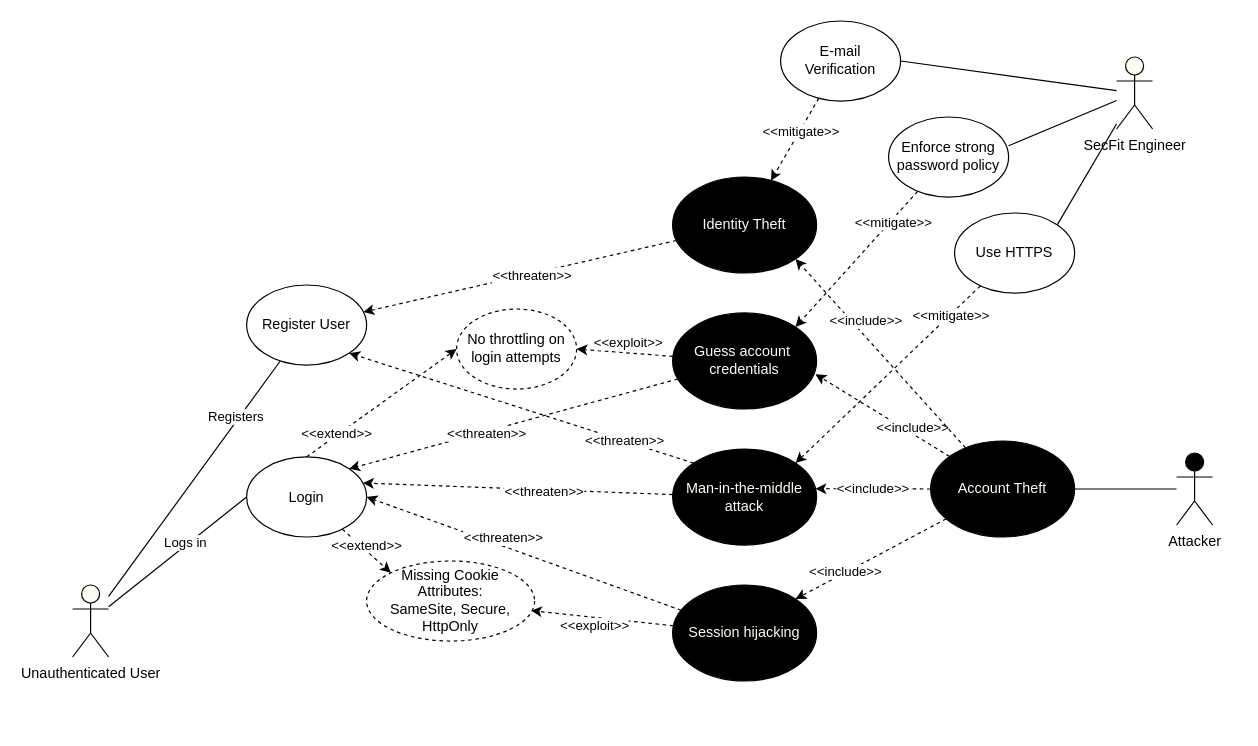
gullskatten/BPMN-models keeps this draw.io diagram as misusecase-2.drawio. Above is the earlier version. Source tidied: cells renumbered, new cells numbered last; positions are measured from the earlier drawing's top-left corner, leaving out a move shared by most shapes. Both pictures are drawn from the tidied source at 120%, with x=0, y=0 at pixel (72, 20).
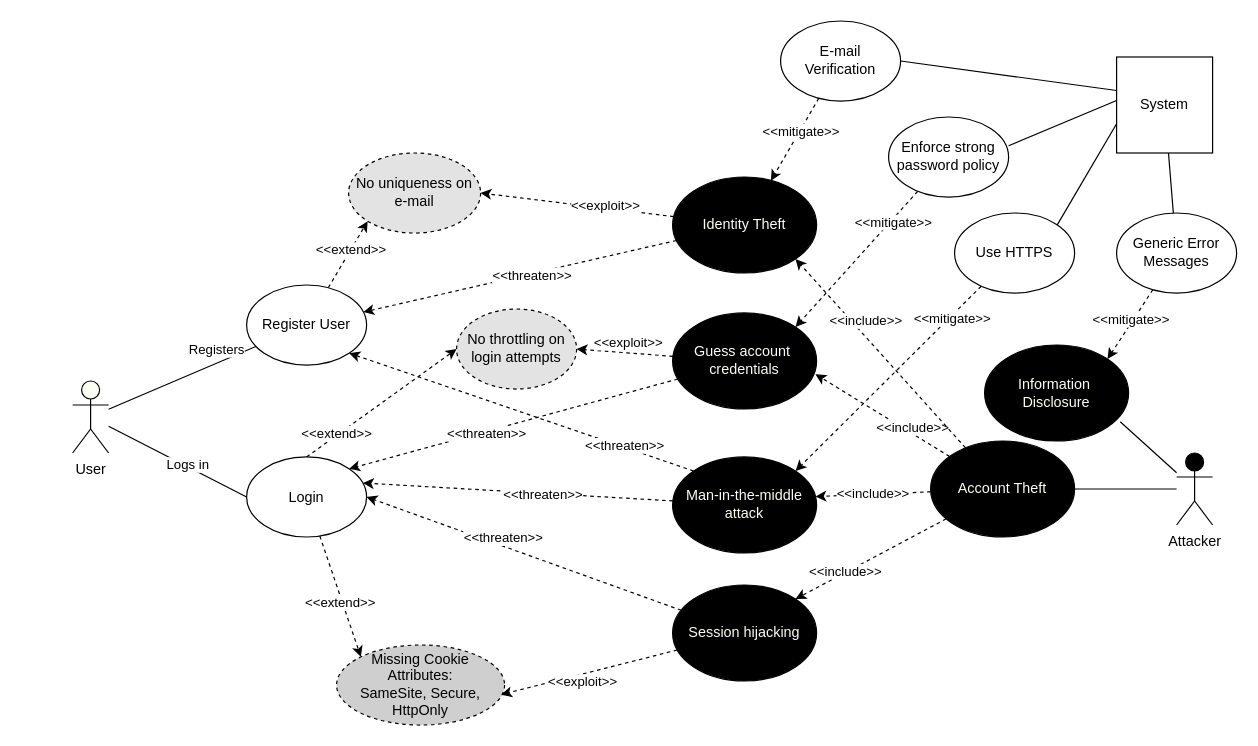
After the change.

Unchanged cells that the change refers to:
```xml
<mxCell id="3" value="Attacker" style="shape=umlActor;verticalLabelPosition=bottom;verticalAlign=top;html=1;outlineConnect=0;fillColor=#000000;" parent="1" vertex="1">
  <mxGeometry x="920" y="360" width="30" height="60" as="geometry" />
</mxCell>
<mxCell id="17" value="Register User" style="ellipse;whiteSpace=wrap;html=1;" parent="1" vertex="1">
  <mxGeometry x="145" y="220" width="100" height="66.7" as="geometry" />
</mxCell>
<mxCell id="20" value="Use HTTPS" style="ellipse;whiteSpace=wrap;html=1;" parent="1" vertex="1">
  <mxGeometry x="735" y="160" width="100" height="66.7" as="geometry" />
</mxCell>
<mxCell id="34" value="Enforce strong&lt;br&gt;password policy" style="ellipse;whiteSpace=wrap;html=1;" parent="1" vertex="1">
  <mxGeometry x="680" y="80" width="100" height="66.7" as="geometry" />
</mxCell>
<mxCell id="48" value="E-mail &lt;br&gt;Verification" style="ellipse;whiteSpace=wrap;html=1;" parent="1" vertex="1">
  <mxGeometry x="590" width="100" height="66.7" as="geometry" />
</mxCell>
<mxCell id="51" value="&lt;font color=&quot;#fbfff2&quot;&gt;Identity Theft&lt;br&gt;&lt;/font&gt;" style="ellipse;whiteSpace=wrap;html=1;fillColor=#000000;" parent="1" vertex="1">
  <mxGeometry x="500" y="130" width="120" height="80" as="geometry" />
</mxCell>
```

The edit, as a diff of the source:
```diff
@@
+    <mxCell id="54" style="edgeStyle=none;rounded=0;jettySize=auto;html=1;entryX=0.942;entryY=0.8;entryDx=0;entryDy=0;entryPerimeter=0;endArrow=none;endFill=0;" parent="1" edge="1" source="3" target="65">
+      <mxGeometry relative="1" as="geometry" />
+    </mxCell>
@@
-    <mxCell id="8" value="Unauthenticated User" style="shape=umlActor;verticalLabelPosition=bottom;verticalAlign=top;html=1;outlineConnect=0;fillColor=#FBFFF2;" parent="1" vertex="1">
-      <mxGeometry y="470" width="30" height="60" as="geometry" />
+    <mxCell id="8" value="User" style="shape=umlActor;verticalLabelPosition=bottom;verticalAlign=top;html=1;outlineConnect=0;fillColor=#FBFFF2;" parent="1" vertex="1">
+      <mxGeometry y="300" width="30" height="60" as="geometry" />
     </mxCell>
@@
     <mxCell id="16" value="&lt;font color=&quot;#fbfff2&quot;&gt;Man-in-the-middle&lt;br&gt;attack&lt;br&gt;&lt;/font&gt;" style="ellipse;whiteSpace=wrap;html=1;fillColor=#000000;" parent="1" vertex="1">
-      <mxGeometry x="500" y="356.7" width="120" height="80" as="geometry" />
+      <mxGeometry x="500" y="363.3" width="120" height="80" as="geometry" />
     </mxCell>
+    <mxCell id="55" style="rounded=0;jettySize=auto;html=1;entryX=0;entryY=1;entryDx=0;entryDy=0;dashed=1;" parent="1" edge="1" source="17" target="61">
+      <mxGeometry relative="1" as="geometry" />
+    </mxCell>
+    <mxCell id="56" value="&amp;lt;&amp;lt;extend&amp;gt;&amp;gt;" style="edgeLabel;html=1;align=center;verticalAlign=middle;" parent="55" vertex="1">
+      <mxGeometry x="0.14" relative="1" as="geometry" />
+    </mxCell>
@@
-    <mxCell id="28" style="edgeStyle=none;rounded=0;jettySize=auto;html=1;entryX=1;entryY=0.36;entryDx=0;entryDy=0;entryPerimeter=0;endArrow=none;endFill=0;" parent="1" edge="1" source="31" target="34">
-      <mxGeometry relative="1" as="geometry" />
+    <mxCell id="28" style="edgeStyle=none;rounded=0;jettySize=auto;html=1;entryX=1;entryY=0.36;entryDx=0;entryDy=0;entryPerimeter=0;endArrow=none;endFill=0;" parent="1" edge="1" target="34">
+      <mxGeometry relative="1" as="geometry">
+        <mxPoint x="870" y="66.3" as="sourcePoint" />
+      </mxGeometry>
     </mxCell>
-    <mxCell id="29" style="edgeStyle=none;rounded=0;jettySize=auto;html=1;entryX=1;entryY=0.5;entryDx=0;entryDy=0;endArrow=none;endFill=0;" parent="1" edge="1" source="31" target="48">
-      <mxGeometry relative="1" as="geometry" />
+    <mxCell id="29" style="edgeStyle=none;rounded=0;jettySize=auto;html=1;entryX=1;entryY=0.5;entryDx=0;entryDy=0;endArrow=none;endFill=0;" parent="1" edge="1" target="48">
+      <mxGeometry relative="1" as="geometry">
+        <mxPoint x="870" y="57.9" as="sourcePoint" />
+      </mxGeometry>
     </mxCell>
-    <mxCell id="30" style="rounded=0;jettySize=auto;html=1;entryX=1;entryY=0;entryDx=0;entryDy=0;endArrow=none;endFill=0;" parent="1" edge="1" source="31" target="20">
-      <mxGeometry relative="1" as="geometry" />
+    <mxCell id="30" style="rounded=0;jettySize=auto;html=1;entryX=1;entryY=0;entryDx=0;entryDy=0;endArrow=none;endFill=0;" parent="1" edge="1" target="20">
+      <mxGeometry relative="1" as="geometry">
+        <mxPoint x="870" y="85.6" as="sourcePoint" />
+      </mxGeometry>
     </mxCell>
-    <mxCell id="31" value="SecFit Engineer" style="shape=umlActor;verticalLabelPosition=bottom;verticalAlign=top;html=1;outlineConnect=0;fillColor=#FBFFF2;" parent="1" vertex="1">
-      <mxGeometry x="870" y="30" width="30" height="60" as="geometry" />
-    </mxCell>
@@
-    <mxCell id="40" value="No throttling on&lt;br&gt;login attempts" style="ellipse;whiteSpace=wrap;html=1;dashed=1;" parent="1" vertex="1">
+    <mxCell id="40" value="No throttling on&lt;br&gt;login attempts" style="ellipse;whiteSpace=wrap;html=1;dashed=1;fillColor=#E3E3E3;" parent="1" vertex="1">
       <mxGeometry x="320" y="240" width="100" height="66.7" as="geometry" />
     </mxCell>
@@
-    <mxCell id="45" value="Missing Cookie Attributes:&lt;br&gt;SameSite, Secure, HttpOnly" style="ellipse;whiteSpace=wrap;html=1;dashed=1;" parent="1" vertex="1">
-      <mxGeometry x="245" y="450" width="140" height="66.7" as="geometry" />
+    <mxCell id="45" value="Missing Cookie Attributes:&lt;br&gt;SameSite, Secure, HttpOnly" style="ellipse;whiteSpace=wrap;html=1;dashed=1;fillColor=#CFCFCF;" parent="1" vertex="1">
+      <mxGeometry x="220" y="520" width="140" height="66.7" as="geometry" />
     </mxCell>
@@
+    <mxCell id="57" style="edgeStyle=none;rounded=0;jettySize=auto;html=1;entryX=1;entryY=0.5;entryDx=0;entryDy=0;dashed=1;" parent="1" edge="1" source="51" target="61">
+      <mxGeometry relative="1" as="geometry" />
+    </mxCell>
+    <mxCell id="58" value="&amp;lt;&amp;lt;exploit&amp;gt;&amp;gt;" style="edgeLabel;html=1;align=center;verticalAlign=middle;" parent="57" vertex="1">
+      <mxGeometry x="-0.28" y="-2" relative="1" as="geometry" />
+    </mxCell>
@@
+    <mxCell id="59" style="edgeStyle=none;rounded=0;jettySize=auto;html=1;endArrow=none;endFill=0;" parent="1" edge="1" source="60" target="64">
+      <mxGeometry relative="1" as="geometry" />
+    </mxCell>
+    <mxCell id="60" value="System" style="whiteSpace=wrap;html=1;" parent="1" vertex="1">
+      <mxGeometry x="870" y="30" width="80" height="80" as="geometry" />
+    </mxCell>
+    <mxCell id="61" value="No uniqueness on e-mail" style="ellipse;whiteSpace=wrap;html=1;dashed=1;fillColor=#E3E3E3;" parent="1" vertex="1">
+      <mxGeometry x="230" y="110" width="110" height="66.7" as="geometry" />
+    </mxCell>
+    <mxCell id="62" style="edgeStyle=none;rounded=0;jettySize=auto;html=1;entryX=1;entryY=0;entryDx=0;entryDy=0;endArrow=classic;endFill=1;dashed=1;" parent="1" edge="1" source="64" target="65">
+      <mxGeometry relative="1" as="geometry" />
+    </mxCell>
+    <mxCell id="63" value="&amp;lt;&amp;lt;mitigate&amp;gt;&amp;gt;" style="edgeLabel;html=1;align=center;verticalAlign=middle;" parent="62" vertex="1">
+      <mxGeometry x="-0.1" y="-2" relative="1" as="geometry" />
+    </mxCell>
+    <mxCell id="64" value="Generic Error&lt;br&gt;Messages" style="ellipse;whiteSpace=wrap;html=1;" parent="1" vertex="1">
+      <mxGeometry x="870" y="160" width="100" height="66.7" as="geometry" />
+    </mxCell>
+    <mxCell id="65" value="&lt;font color=&quot;#fbfff2&quot;&gt;Information&amp;nbsp;&lt;br&gt;Disclosure&lt;br&gt;&lt;/font&gt;" style="ellipse;whiteSpace=wrap;html=1;fillColor=#000000;" parent="1" vertex="1">
+      <mxGeometry x="760" y="270" width="120" height="80" as="geometry" />
+    </mxCell>
```
